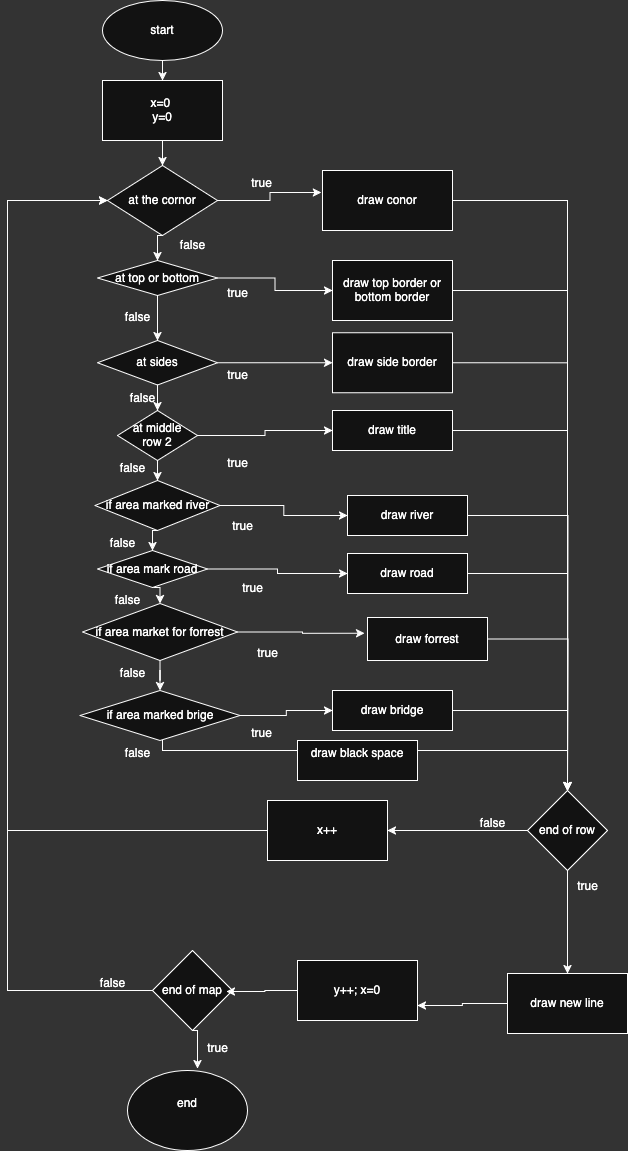
Earlier version of the draw.io export algorithmDesigns/unit3/mission1/perp/codeflowchart.png (lukkan99/Lucias-Indie-quest). Source tidied: cells renumbered, new cells last; positions are measured from the earlier drawing's top-left corner, leaving out a move shared by most shapes.
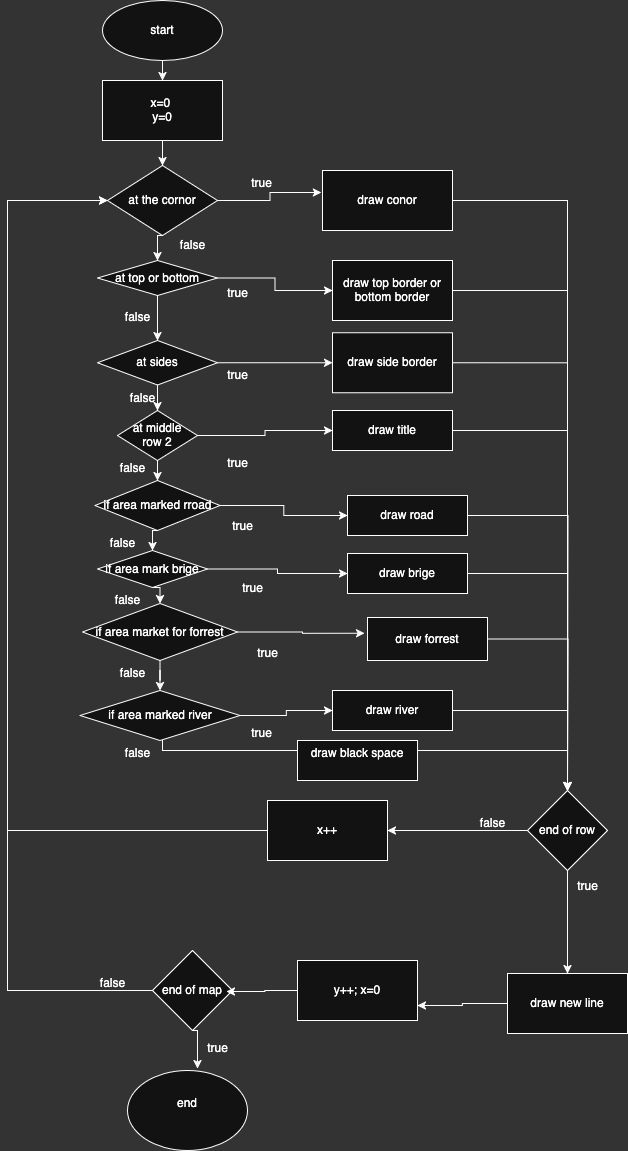
The same diagram one commit later.

Change to the diagram source:
```diff
@@ -203,7 +203,7 @@
     <mxCell id="61" style="edgeStyle=orthogonalEdgeStyle;rounded=0;jettySize=auto;html=1;exitX=1;exitY=0.5;exitDx=0;exitDy=0;entryX=0;entryY=0.5;entryDx=0;entryDy=0;" parent="1" edge="1" source="62" target="64">
       <mxGeometry relative="1" as="geometry" />
     </mxCell>
-    <mxCell id="62" value="&lt;div&gt;if area marked river&lt;/div&gt;" style="rhombus;whiteSpace=wrap;html=1;" parent="1" vertex="1">
+    <mxCell id="62" value="&lt;div&gt;if area marked rroad&lt;/div&gt;" style="rhombus;whiteSpace=wrap;html=1;" parent="1" vertex="1">
       <mxGeometry x="87.5" y="480" width="125" height="50" as="geometry" />
     </mxCell>
     <mxCell id="63" style="edgeStyle=orthogonalEdgeStyle;rounded=0;jettySize=auto;html=1;" parent="1" edge="1" source="64">
@@ -211,7 +211,7 @@
         <mxPoint x="560" y="790" as="targetPoint" />
       </mxGeometry>
     </mxCell>
-    <mxCell id="64" value="&lt;div&gt;draw river&lt;/div&gt;" style="rounded=0;whiteSpace=wrap;html=1;" parent="1" vertex="1">
+    <mxCell id="64" value="&lt;div&gt;draw road&lt;/div&gt;" style="rounded=0;whiteSpace=wrap;html=1;" parent="1" vertex="1">
       <mxGeometry x="340" y="495" width="120" height="40" as="geometry" />
     </mxCell>
     <mxCell id="65" style="edgeStyle=orthogonalEdgeStyle;rounded=0;jettySize=auto;html=1;exitX=0.5;exitY=1;exitDx=0;exitDy=0;entryX=0.5;entryY=0;entryDx=0;entryDy=0;" parent="1" edge="1" source="62" target="67">
@@ -220,13 +220,13 @@
     <mxCell id="66" style="edgeStyle=orthogonalEdgeStyle;rounded=0;jettySize=auto;html=1;entryX=0;entryY=0.5;entryDx=0;entryDy=0;" parent="1" edge="1" source="67" target="69">
       <mxGeometry relative="1" as="geometry" />
     </mxCell>
-    <mxCell id="67" value="&lt;div&gt;if area mark road&lt;/div&gt;" style="rhombus;whiteSpace=wrap;html=1;" parent="1" vertex="1">
+    <mxCell id="67" value="&lt;div&gt;if area mark brige&lt;/div&gt;" style="rhombus;whiteSpace=wrap;html=1;" parent="1" vertex="1">
       <mxGeometry x="90" y="550" width="110" height="37" as="geometry" />
     </mxCell>
     <mxCell id="68" style="edgeStyle=orthogonalEdgeStyle;rounded=0;jettySize=auto;html=1;entryX=0.5;entryY=0;entryDx=0;entryDy=0;" parent="1" edge="1" source="69" target="35">
       <mxGeometry relative="1" as="geometry" />
     </mxCell>
-    <mxCell id="69" value="&lt;div&gt;draw road&lt;/div&gt;" style="rounded=0;whiteSpace=wrap;html=1;" parent="1" vertex="1">
+    <mxCell id="69" value="&lt;div&gt;draw brige&lt;/div&gt;" style="rounded=0;whiteSpace=wrap;html=1;" parent="1" vertex="1">
       <mxGeometry x="340" y="553" width="120" height="40" as="geometry" />
     </mxCell>
     <mxCell id="70" style="edgeStyle=orthogonalEdgeStyle;rounded=0;jettySize=auto;html=1;entryX=0.5;entryY=0;entryDx=0;entryDy=0;" parent="1" edge="1" source="21" target="72">
@@ -235,13 +235,13 @@
     <mxCell id="71" style="edgeStyle=orthogonalEdgeStyle;rounded=0;jettySize=auto;html=1;exitX=1;exitY=0.5;exitDx=0;exitDy=0;entryX=0;entryY=0.5;entryDx=0;entryDy=0;" parent="1" edge="1" source="72" target="74">
       <mxGeometry relative="1" as="geometry" />
     </mxCell>
-    <mxCell id="72" value="if area marked brige" style="rhombus;whiteSpace=wrap;html=1;" parent="1" vertex="1">
+    <mxCell id="72" value="&lt;div&gt;if area marked river&lt;/div&gt;" style="rhombus;whiteSpace=wrap;html=1;" parent="1" vertex="1">
       <mxGeometry x="72.5" y="690" width="160" height="50" as="geometry" />
     </mxCell>
     <mxCell id="73" style="edgeStyle=orthogonalEdgeStyle;rounded=0;jettySize=auto;html=1;exitX=1;exitY=0.5;exitDx=0;exitDy=0;entryX=0.5;entryY=0;entryDx=0;entryDy=0;" parent="1" edge="1" source="74" target="35">
       <mxGeometry relative="1" as="geometry" />
     </mxCell>
-    <mxCell id="74" value="draw bridge" style="rounded=0;whiteSpace=wrap;html=1;" parent="1" vertex="1">
+    <mxCell id="74" value="draw river" style="rounded=0;whiteSpace=wrap;html=1;" parent="1" vertex="1">
       <mxGeometry x="325" y="690" width="120" height="40" as="geometry" />
     </mxCell>
     <mxCell id="75" value="true&lt;div&gt;&lt;br&gt;&lt;/div&gt;" style="text;html=1;align=center;verticalAlign=middle;strokeColor=none;fillColor=none;" parent="1" vertex="1">
```
